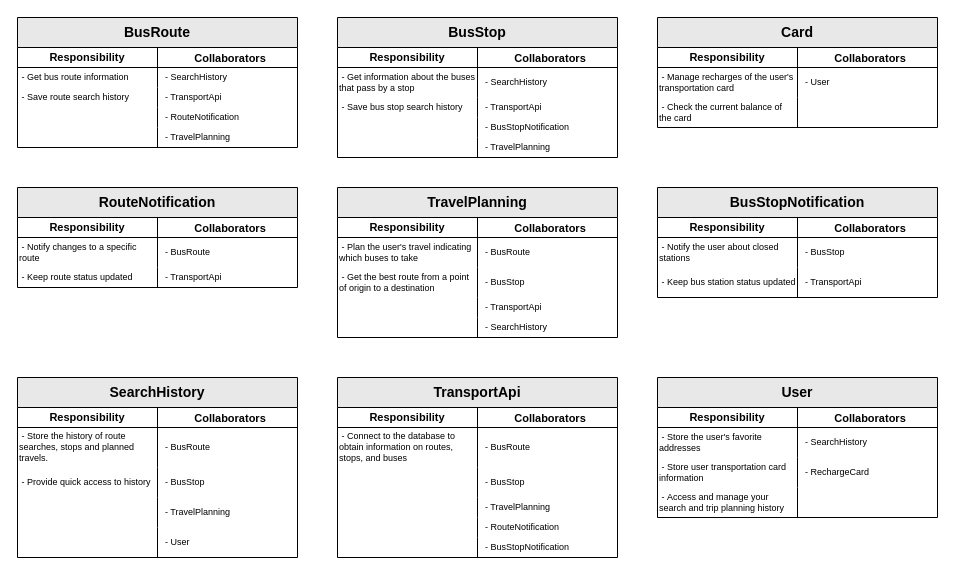
The draw.io diagram page "CRC" (1 of 3) of diagrams.drawio in ProyectoFinalSoftwareModeling/SmartCommute, before the edit. Source tidied: cells renumbered, new cells numbered last; positions are measured from the earlier drawing's top-left corner, leaving out a move shared by most shapes. Both pictures are drawn from the tidied source at 100%, with x=0, y=0 at pixel (17, 17).
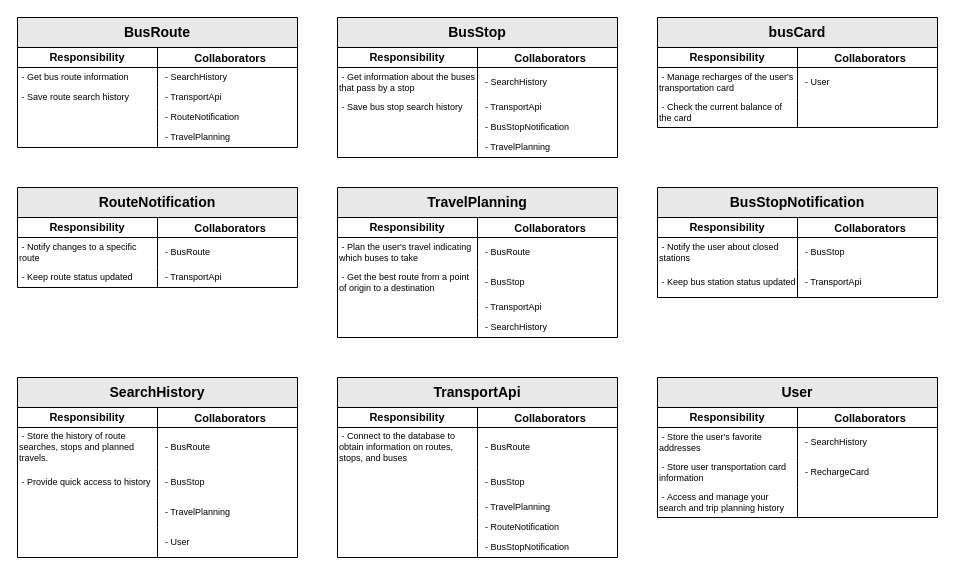
The same diagram, later.

Commit message:
Card was modified to BusCard

Change to the diagram source:
```diff
@@
-    <mxCell id="95" value="&lt;span style=&quot;text-wrap: nowrap;&quot;&gt;&lt;font style=&quot;font-size: 14px;&quot;&gt;Card&lt;/font&gt;&lt;/span&gt;" style="shape=table;startSize=30;childLayout=tableLayout;rowLines=0;fontStyle=1;align=center;html=1;whiteSpace=wrap;swimlaneLine=1;rounded=0;shadow=0;gradientColor=none;fillStyle=auto;fillColor=#E8E8E8;" parent="1" vertex="1">
+    <mxCell id="95" value="&lt;span style=&quot;text-wrap: nowrap;&quot;&gt;&lt;font style=&quot;font-size: 14px;&quot;&gt;busCard&lt;/font&gt;&lt;/span&gt;" style="shape=table;startSize=30;childLayout=tableLayout;rowLines=0;fontStyle=1;align=center;html=1;whiteSpace=wrap;swimlaneLine=1;rounded=0;shadow=0;gradientColor=none;fillStyle=auto;fillColor=#E8E8E8;" parent="1" vertex="1">
       <mxGeometry x="640" width="280" height="110" as="geometry" />
     </mxCell>
```
